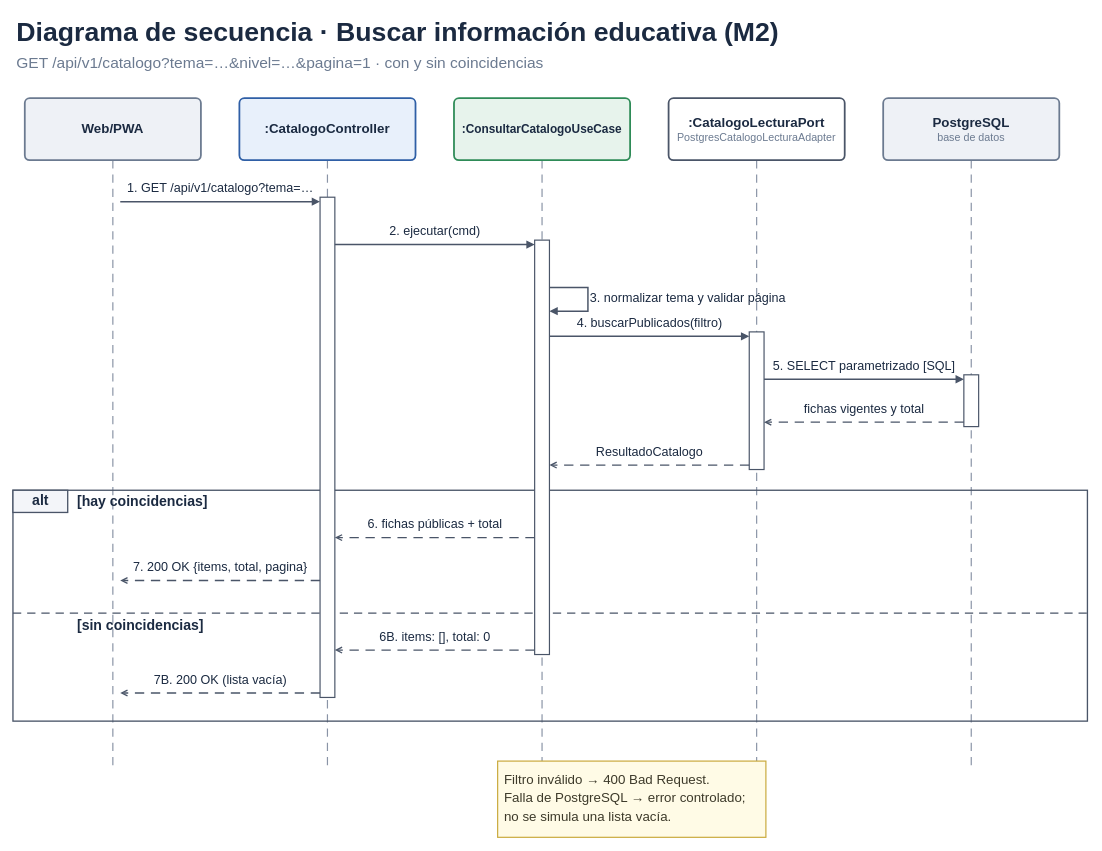
Earlier version of the draw.io diagram docs/img/fuente_drawio/m2-secuencia.drawio (100robert/Mentelyx). Source tidied: cells renumbered, new cells numbered last; positions are measured from the earlier drawing's top-left corner, leaving out a move shared by most shapes. Both pictures are drawn from the tidied source at 74%, with x=0, y=0 at pixel (13, 12).
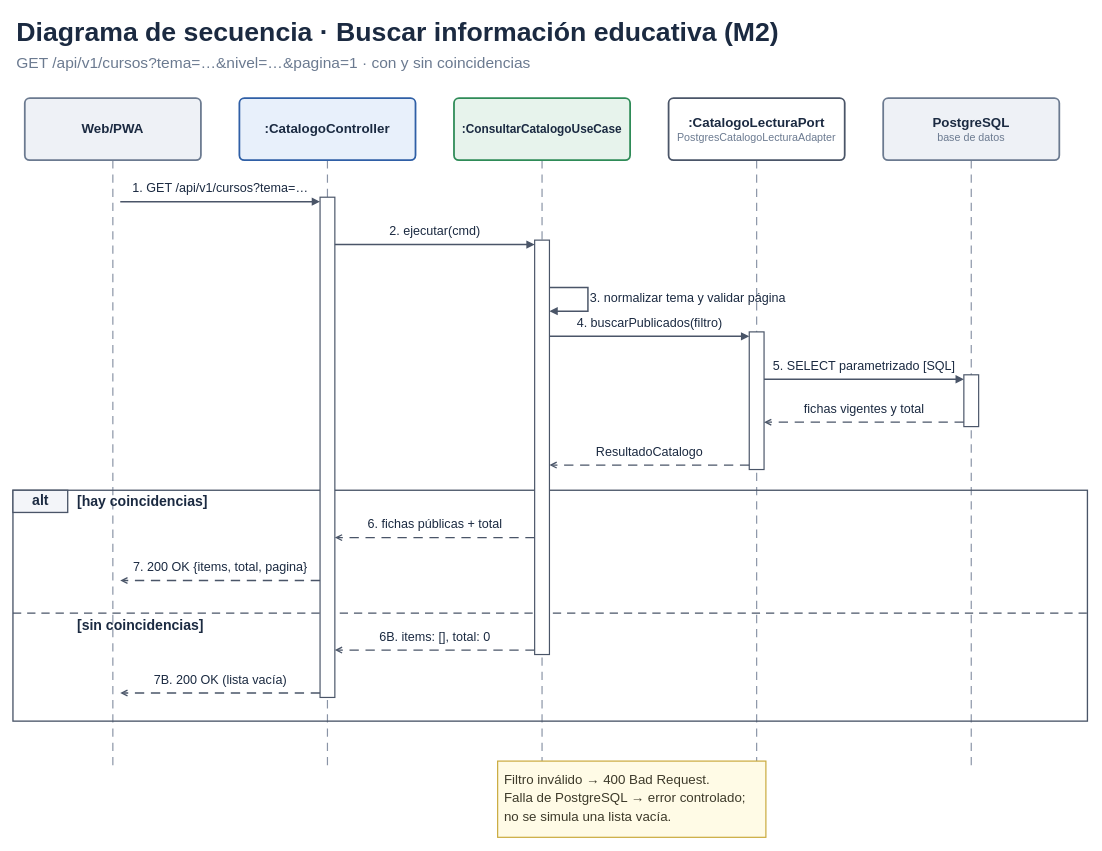
The same page after the edit.

Diff of the diagram source:
```diff
@@
-    <mxCell id="3" value="GET /api/v1/catalogo?tema=…&amp;nivel=…&amp;pagina=1 · con y sin coincidencias" style="text;html=1;strokeColor=none;fillColor=none;align=left;verticalAlign=middle;whiteSpace=nowrap;spacing=0;fontSize=21;fontStyle=0;fontColor=#6B7A90;fontFamily=Arial;" parent="1" vertex="1">
+    <mxCell id="3" value="GET /api/v1/cursos?tema=…&amp;nivel=…&amp;pagina=1 · con y sin coincidencias" style="text;html=1;strokeColor=none;fillColor=none;align=left;verticalAlign=middle;whiteSpace=nowrap;spacing=0;fontSize=21;fontStyle=0;fontColor=#6B7A90;fontFamily=Arial;" parent="1" vertex="1">
       <mxGeometry x="5" y="52" width="726.3" height="31.5" as="geometry" />
     </mxCell>
@@
-    <mxCell id="21" value="1. GET /api/v1/catalogo?tema=…" style="text;html=1;strokeColor=none;fillColor=none;align=center;verticalAlign=middle;whiteSpace=nowrap;spacing=0;fontSize=17;fontStyle=0;fontColor=#1B2A41;fontFamily=Arial;" parent="1" vertex="1">
+    <mxCell id="21" value="1. GET /api/v1/cursos?tema=…" style="text;html=1;strokeColor=none;fillColor=none;align=center;verticalAlign=middle;whiteSpace=nowrap;spacing=0;fontSize=17;fontStyle=0;fontColor=#1B2A41;fontFamily=Arial;" parent="1" vertex="1">
       <mxGeometry x="147.2" y="226.2" width="265.5" height="25.5" as="geometry" />
     </mxCell>
```
